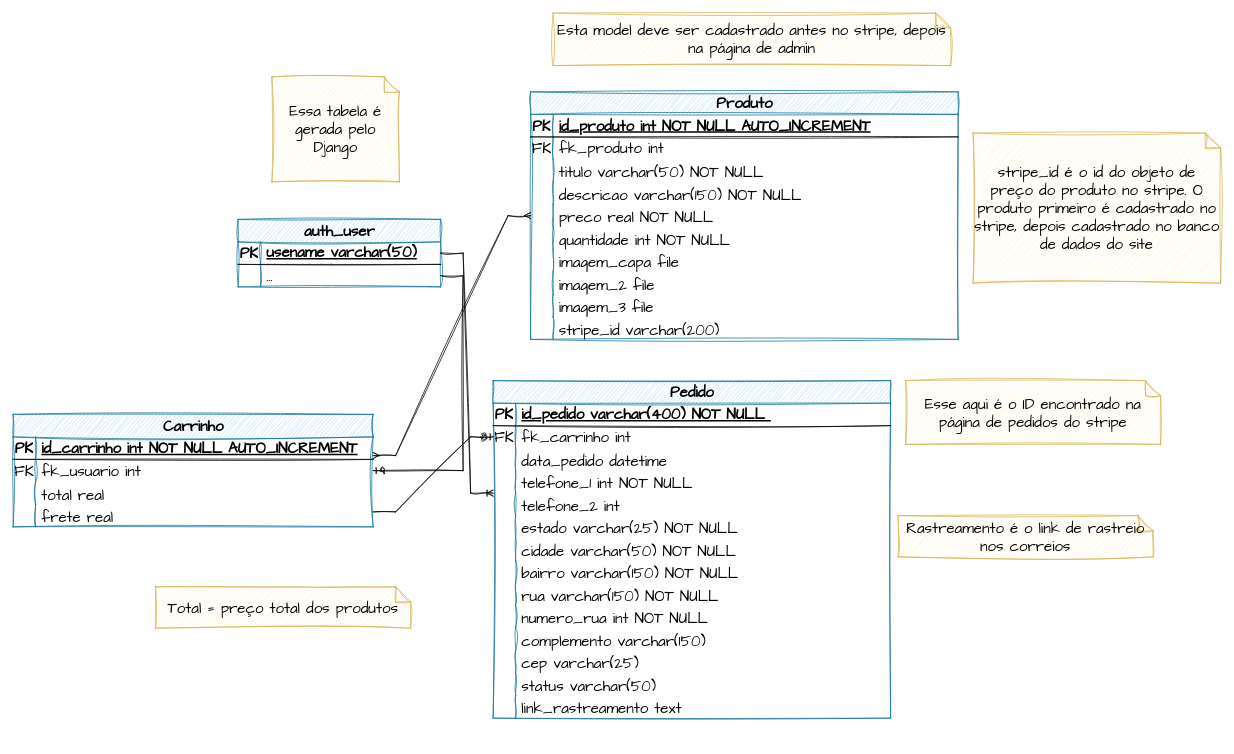
This is docs/DER.drawio from rafaelngoncalves5/classewatches, a draw.io file, before an edit. Source tidied: cells renumbered, new cells numbered last; positions are measured from the earlier drawing's top-left corner, leaving out a move shared by most shapes. Both pictures are drawn from the tidied source at 75%, with x=0, y=0 at pixel (13, 13).
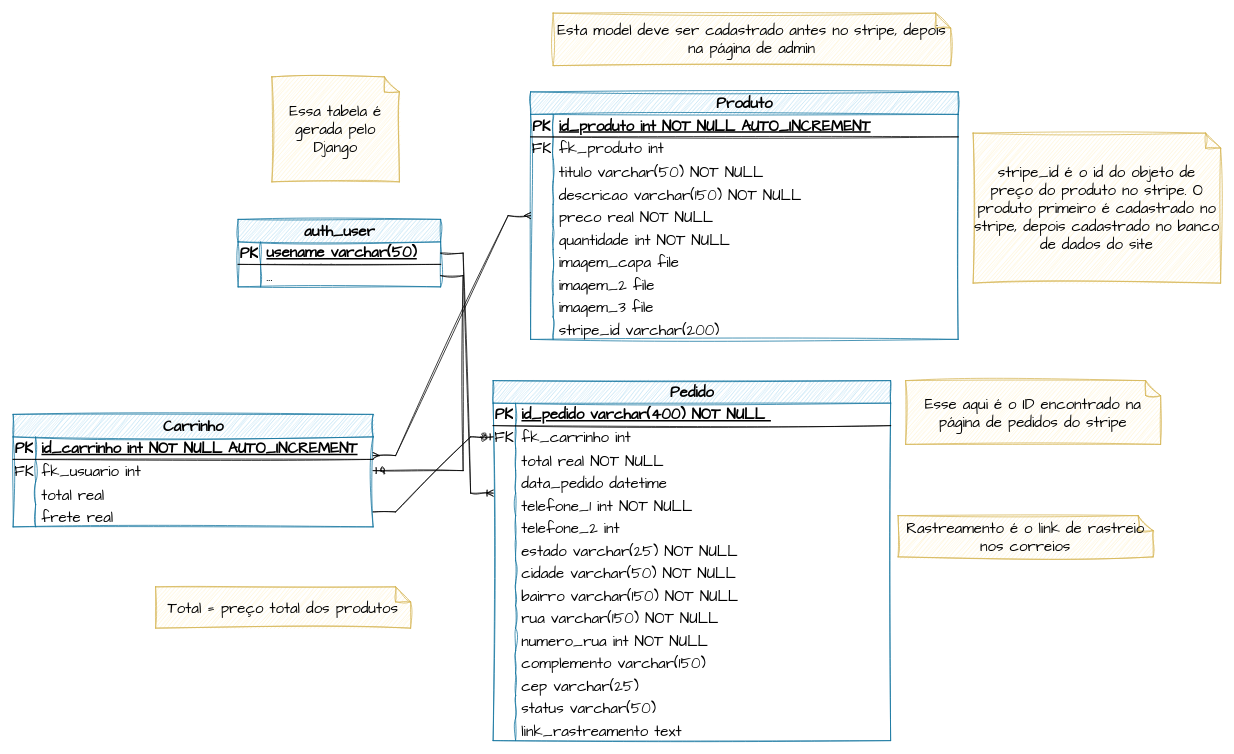
The same page after the edit.

Change to the diagram source:
```diff
@@
     <mxCell id="40" value="Pedido" style="shape=table;startSize=30;childLayout=tableLayout;rowLines=0;fontStyle=1;align=center;html=1;sketch=1;hachureGap=4;jiggle=2;curveFitting=1;fontFamily=Architects Daughter;fontSize=20;fillColor=#b1ddf0;strokeColor=#10739e;" parent="1" vertex="1">
-      <mxGeometry x="640" y="490" width="530" height="450" as="geometry" />
+      <mxGeometry x="640" y="490" width="530" height="480" as="geometry" />
     </mxCell>
@@
+    <mxCell id="106" style="shape=tableRow;horizontal=0;startSize=0;swimlaneHead=0;swimlaneBody=0;fillColor=none;top=0;left=0;right=0;bottom=0;sketch=1;hachureGap=4;jiggle=2;curveFitting=1;fontFamily=Architects Daughter;fontSize=20;" parent="40" vertex="1">
+      <mxGeometry y="90" width="530" height="30" as="geometry" />
+    </mxCell>
+    <mxCell id="107" style="shape=partialRectangle;fillColor=none;top=0;left=0;bottom=0;right=0;overflow=hidden;sketch=1;hachureGap=4;jiggle=2;curveFitting=1;fontFamily=Architects Daughter;fontSize=20;" parent="106" vertex="1">
+      <mxGeometry width="30" height="30" as="geometry" />
+    </mxCell>
+    <mxCell id="108" value="total real NOT NULL" style="shape=partialRectangle;fillColor=none;top=0;left=0;bottom=0;right=0;align=left;spacingLeft=6;overflow=hidden;sketch=1;hachureGap=4;jiggle=2;curveFitting=1;fontFamily=Architects Daughter;fontSize=20;" parent="106" vertex="1">
+      <mxGeometry x="30" width="500" height="30" as="geometry" />
+    </mxCell>
     <mxCell id="47" style="shape=tableRow;horizontal=0;startSize=0;swimlaneHead=0;swimlaneBody=0;fillColor=none;top=0;left=0;right=0;bottom=0;sketch=1;hachureGap=4;jiggle=2;curveFitting=1;fontFamily=Architects Daughter;fontSize=20;" parent="40" vertex="1">
-      <mxGeometry y="90" width="530" height="30" as="geometry" />
+      <mxGeometry y="120" width="530" height="30" as="geometry" />
     </mxCell>
@@
     <mxCell id="50" style="shape=tableRow;horizontal=0;startSize=0;swimlaneHead=0;swimlaneBody=0;fillColor=none;top=0;left=0;right=0;bottom=0;sketch=1;hachureGap=4;jiggle=2;curveFitting=1;fontFamily=Architects Daughter;fontSize=20;" parent="40" vertex="1">
-      <mxGeometry y="120" width="530" height="30" as="geometry" />
+      <mxGeometry y="150" width="530" height="30" as="geometry" />
     </mxCell>
@@
     <mxCell id="53" style="shape=tableRow;horizontal=0;startSize=0;swimlaneHead=0;swimlaneBody=0;fillColor=none;top=0;left=0;right=0;bottom=0;sketch=1;hachureGap=4;jiggle=2;curveFitting=1;fontFamily=Architects Daughter;fontSize=20;" parent="40" vertex="1">
-      <mxGeometry y="150" width="530" height="30" as="geometry" />
+      <mxGeometry y="180" width="530" height="30" as="geometry" />
     </mxCell>
@@
     <mxCell id="56" style="shape=tableRow;horizontal=0;startSize=0;swimlaneHead=0;swimlaneBody=0;fillColor=none;top=0;left=0;right=0;bottom=0;sketch=1;hachureGap=4;jiggle=2;curveFitting=1;fontFamily=Architects Daughter;fontSize=20;" parent="40" vertex="1">
-      <mxGeometry y="180" width="530" height="30" as="geometry" />
+      <mxGeometry y="210" width="530" height="30" as="geometry" />
     </mxCell>
@@
     <mxCell id="59" style="shape=tableRow;horizontal=0;startSize=0;swimlaneHead=0;swimlaneBody=0;fillColor=none;top=0;left=0;right=0;bottom=0;sketch=1;hachureGap=4;jiggle=2;curveFitting=1;fontFamily=Architects Daughter;fontSize=20;" parent="40" vertex="1">
-      <mxGeometry y="210" width="530" height="30" as="geometry" />
+      <mxGeometry y="240" width="530" height="30" as="geometry" />
     </mxCell>
@@
     <mxCell id="62" style="shape=tableRow;horizontal=0;startSize=0;swimlaneHead=0;swimlaneBody=0;fillColor=none;top=0;left=0;right=0;bottom=0;sketch=1;hachureGap=4;jiggle=2;curveFitting=1;fontFamily=Architects Daughter;fontSize=20;" parent="40" vertex="1">
-      <mxGeometry y="240" width="530" height="30" as="geometry" />
+      <mxGeometry y="270" width="530" height="30" as="geometry" />
     </mxCell>
@@
     <mxCell id="65" style="shape=tableRow;horizontal=0;startSize=0;swimlaneHead=0;swimlaneBody=0;fillColor=none;top=0;left=0;right=0;bottom=0;sketch=1;hachureGap=4;jiggle=2;curveFitting=1;fontFamily=Architects Daughter;fontSize=20;" parent="40" vertex="1">
-      <mxGeometry y="270" width="530" height="30" as="geometry" />
+      <mxGeometry y="300" width="530" height="30" as="geometry" />
     </mxCell>
@@
     <mxCell id="68" style="shape=tableRow;horizontal=0;startSize=0;swimlaneHead=0;swimlaneBody=0;fillColor=none;top=0;left=0;right=0;bottom=0;sketch=1;hachureGap=4;jiggle=2;curveFitting=1;fontFamily=Architects Daughter;fontSize=20;" parent="40" vertex="1">
-      <mxGeometry y="300" width="530" height="30" as="geometry" />
+      <mxGeometry y="330" width="530" height="30" as="geometry" />
     </mxCell>
@@
     <mxCell id="71" style="shape=tableRow;horizontal=0;startSize=0;swimlaneHead=0;swimlaneBody=0;fillColor=none;top=0;left=0;right=0;bottom=0;sketch=1;hachureGap=4;jiggle=2;curveFitting=1;fontFamily=Architects Daughter;fontSize=20;" parent="40" vertex="1">
-      <mxGeometry y="330" width="530" height="30" as="geometry" />
+      <mxGeometry y="360" width="530" height="30" as="geometry" />
     </mxCell>
@@
     <mxCell id="74" style="shape=tableRow;horizontal=0;startSize=0;swimlaneHead=0;swimlaneBody=0;fillColor=none;top=0;left=0;right=0;bottom=0;sketch=1;hachureGap=4;jiggle=2;curveFitting=1;fontFamily=Architects Daughter;fontSize=20;" parent="40" vertex="1">
-      <mxGeometry y="360" width="530" height="30" as="geometry" />
+      <mxGeometry y="390" width="530" height="30" as="geometry" />
     </mxCell>
@@
     <mxCell id="77" style="shape=tableRow;horizontal=0;startSize=0;swimlaneHead=0;swimlaneBody=0;fillColor=none;top=0;left=0;right=0;bottom=0;sketch=1;hachureGap=4;jiggle=2;curveFitting=1;fontFamily=Architects Daughter;fontSize=20;" parent="40" vertex="1">
-      <mxGeometry y="390" width="530" height="30" as="geometry" />
+      <mxGeometry y="420" width="530" height="30" as="geometry" />
     </mxCell>
@@
     <mxCell id="80" style="shape=tableRow;horizontal=0;startSize=0;swimlaneHead=0;swimlaneBody=0;fillColor=none;top=0;left=0;right=0;bottom=0;sketch=1;hachureGap=4;jiggle=2;curveFitting=1;fontFamily=Architects Daughter;fontSize=20;" parent="40" vertex="1">
-      <mxGeometry y="420" width="530" height="30" as="geometry" />
+      <mxGeometry y="450" width="530" height="30" as="geometry" />
     </mxCell>
```
